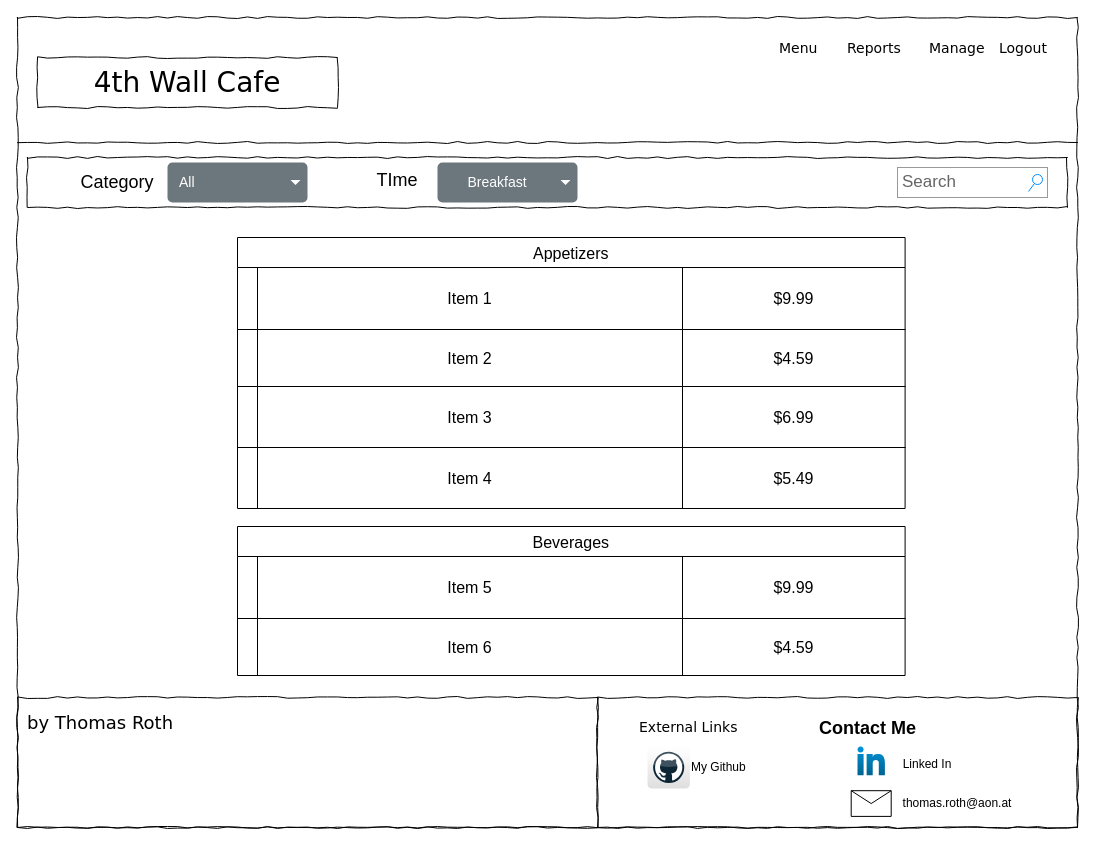
Before: WF_MainMenu.drawio in TRed91/4thWallCafe, a draw.io diagram. Source tidied: cells renumbered, new cells numbered last; positions are measured from the earlier drawing's top-left corner, leaving out a move shared by most shapes. Both pictures are drawn from the tidied source at 100%, with x=0, y=0 at pixel (17, 17).
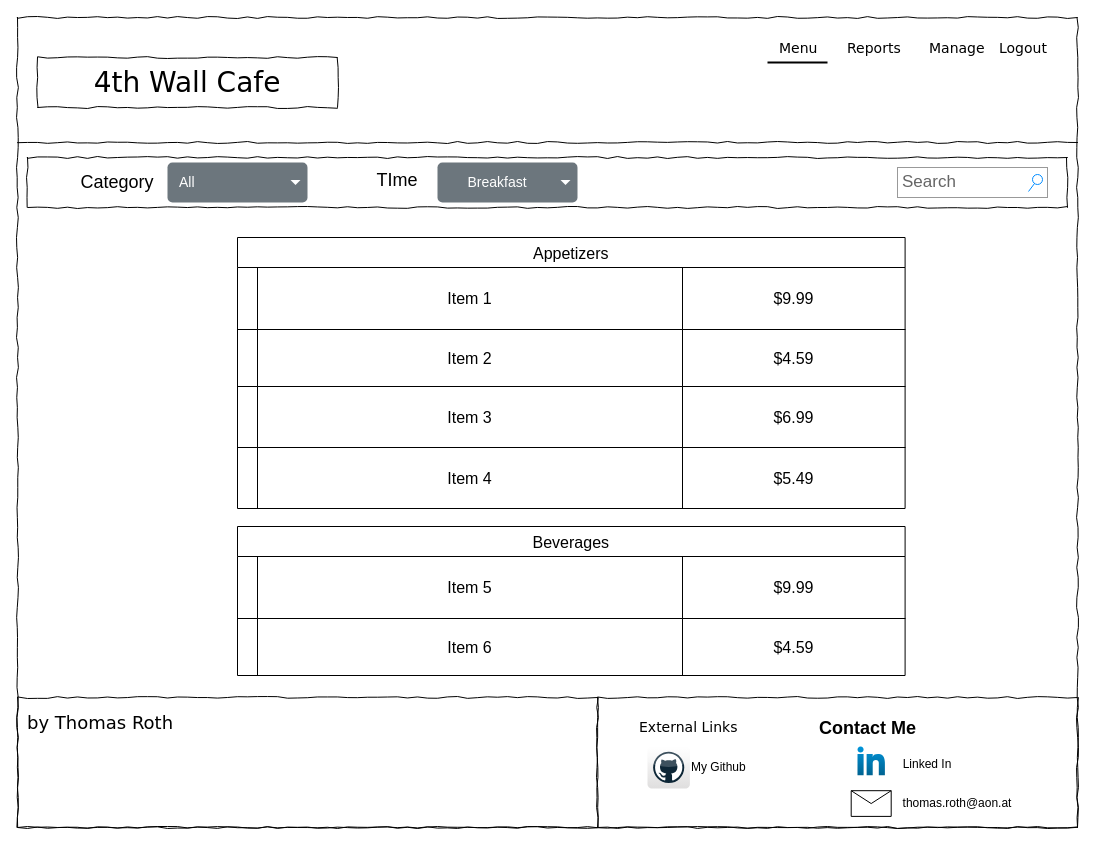
The same diagram, later.

Change to the diagram source:
```diff
@@
+    <mxCell id="53" style="line;strokeWidth=2;html=1;" parent="1" vertex="1">
+      <mxGeometry x="750" y="40" width="60" height="10" as="geometry" />
+    </mxCell>
```
